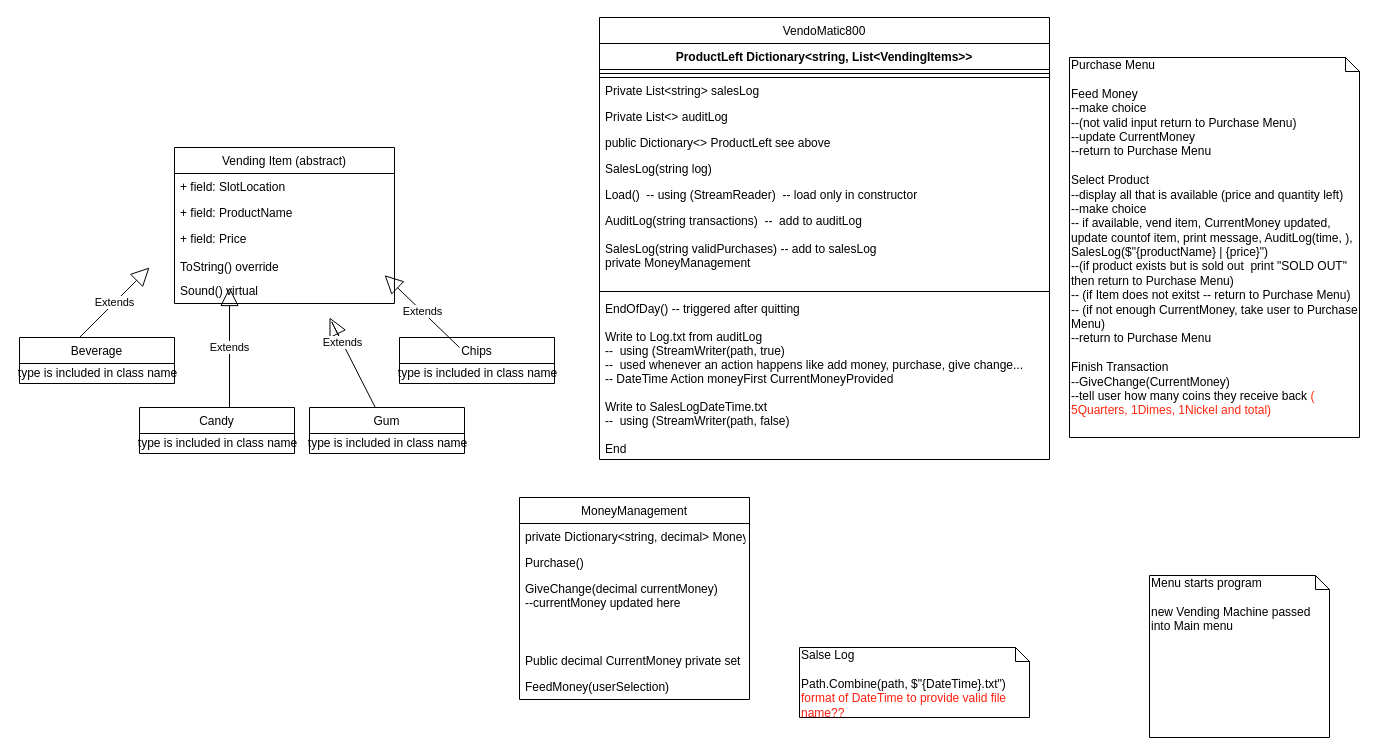
mdtheis20/Module-One-Capstone keeps this draw.io diagram as VendindingMap.drawio. Above is the earlier version. Source tidied: cells renumbered, new cells numbered last; positions are measured from the earlier drawing's top-left corner, leaving out a move shared by most shapes. Both pictures are drawn from the tidied source at 100%, with x=0, y=0 at pixel (19, 17).
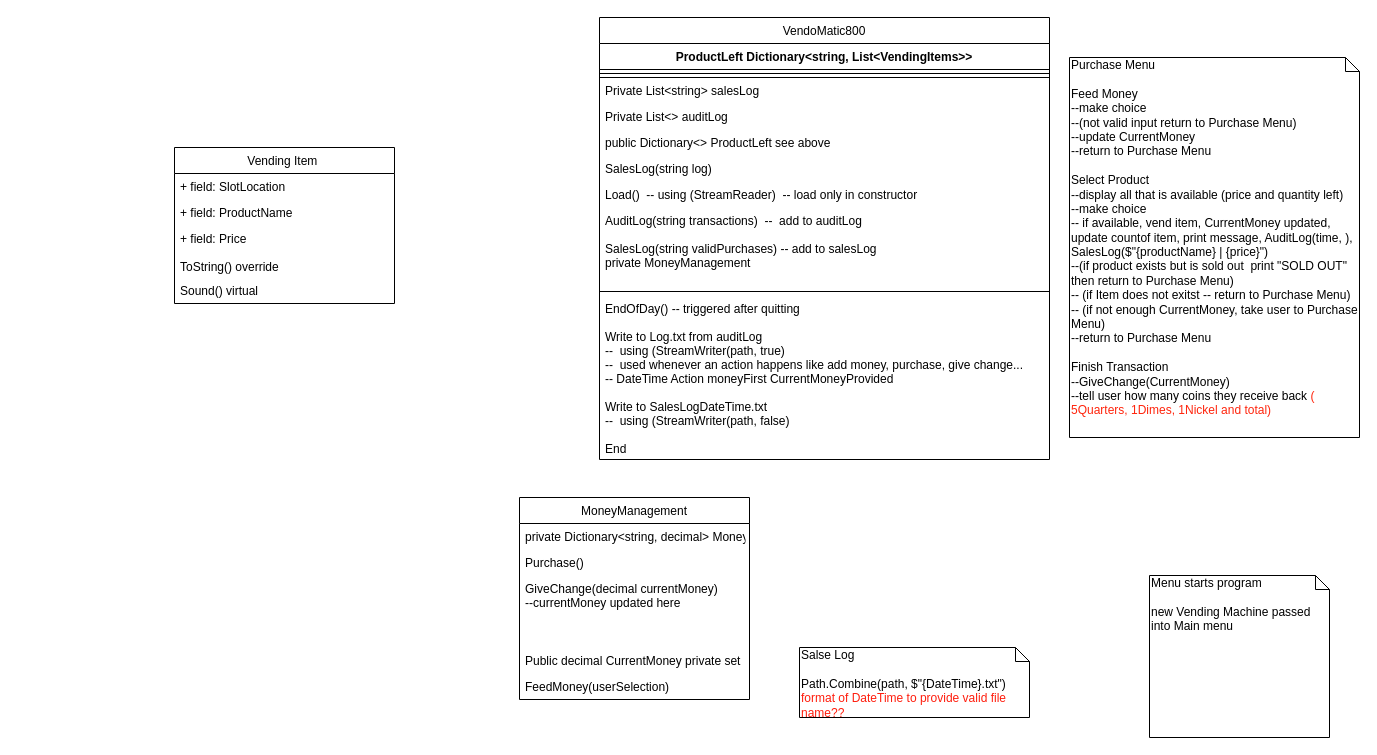
Above is the later version.

Unchanged cells that the change refers to:
```xml
<mxCell id="17" value="+ field: Price&#10;&#10;ToString() override" style="text;strokeColor=none;fillColor=none;align=left;verticalAlign=top;spacingLeft=4;spacingRight=4;overflow=hidden;points=[[0,0.5],[1,0.5]];portConstraint=eastwest;" parent="14" vertex="1">
  <mxGeometry y="78" width="220" height="52" as="geometry" />
</mxCell>
```

Change to the diagram source:
```diff
@@
-    <mxCell id="2" value="Beverage" style="swimlane;fontStyle=0;horizontal=1;startSize=26;fillColor=none;" parent="1" vertex="1">
-      <mxGeometry y="320" width="155" height="46" as="geometry" />
-    </mxCell>
-    <mxCell id="3" value="type is included in class name" style="text;html=1;align=center;verticalAlign=middle;" parent="2" vertex="1">
-      <mxGeometry y="26" width="155" height="20" as="geometry" />
-    </mxCell>
-    <mxCell id="4" value="Chips" style="swimlane;fontStyle=0;horizontal=1;startSize=26;fillColor=none;" parent="1" vertex="1">
-      <mxGeometry x="380" y="320" width="155" height="46" as="geometry" />
-    </mxCell>
-    <mxCell id="5" value="Extends" style="endArrow=block;endSize=16;endFill=0;html=1;entryX=0.955;entryY=0.955;entryDx=0;entryDy=0;entryPerimeter=0;" parent="4" edge="1" target="17">
-      <mxGeometry relative="1" as="geometry">
-        <mxPoint x="60" y="10" as="sourcePoint" />
-      </mxGeometry>
-    </mxCell>
-    <mxCell id="6" value="type is included in class name" style="text;html=1;align=center;verticalAlign=middle;" parent="4" vertex="1">
-      <mxGeometry y="26" width="155" height="20" as="geometry" />
-    </mxCell>
-    <mxCell id="7" value="Candy" style="swimlane;fontStyle=0;horizontal=1;startSize=26;fillColor=none;" parent="1" vertex="1">
-      <mxGeometry x="120" y="390" width="155" height="46" as="geometry" />
-    </mxCell>
-    <mxCell id="8" value="Extends" style="endArrow=block;endSize=16;endFill=0;html=1;" parent="7" edge="1">
-      <mxGeometry relative="1" as="geometry">
-        <mxPoint x="90" as="sourcePoint" />
-        <mxPoint x="90" y="-120" as="targetPoint" />
-      </mxGeometry>
-    </mxCell>
-    <mxCell id="9" value="type is included in class name" style="text;html=1;align=center;verticalAlign=middle;" parent="7" vertex="1">
-      <mxGeometry y="26" width="155" height="20" as="geometry" />
-    </mxCell>
-    <mxCell id="10" value="Gum" style="swimlane;fontStyle=0;horizontal=1;startSize=26;fillColor=none;" parent="1" vertex="1">
-      <mxGeometry x="290" y="390" width="155" height="46" as="geometry" />
-    </mxCell>
-    <mxCell id="11" value="type is included in class name" style="text;html=1;align=center;verticalAlign=middle;" parent="10" vertex="1">
-      <mxGeometry y="26" width="155" height="20" as="geometry" />
-    </mxCell>
-    <mxCell id="12" value="Extends" style="endArrow=block;endSize=16;endFill=0;html=1;exitX=0.387;exitY=0;exitDx=0;exitDy=0;exitPerimeter=0;" parent="1" edge="1" source="2">
-      <mxGeometry relative="1" as="geometry">
-        <mxPoint x="130" y="250" as="targetPoint" />
-      </mxGeometry>
-    </mxCell>
-    <mxCell id="13" value="Extends" style="endArrow=block;endSize=16;endFill=0;html=1;" parent="1" edge="1" source="10">
-      <mxGeometry relative="1" as="geometry">
-        <mxPoint x="310" y="300" as="targetPoint" />
-        <Array as="points">
-          <mxPoint x="310" y="300" />
-          <mxPoint x="320" y="320" />
-        </Array>
-      </mxGeometry>
-    </mxCell>
-    <mxCell id="14" value="Vending Item (abstract)" style="swimlane;fontStyle=0;horizontal=1;startSize=26;fillColor=none;" parent="1" vertex="1">
+    <mxCell id="14" value="Vending Item " style="swimlane;fontStyle=0;horizontal=1;startSize=26;fillColor=none;" parent="1" vertex="1">
       <mxGeometry x="155" y="130" width="220" height="156" as="geometry" />
     </mxCell>
```
